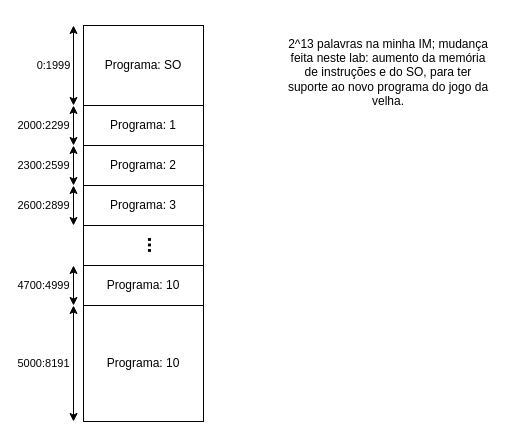
Earlier version of the draw.io diagram page "Memoria-instrucoes" (6 of 9) of schematics/projeto-final-lab-CoDi.drawio (ferdamarc/Projeto-ComunicacaoDigital). Source tidied: cells renumbered, new cells numbered last; positions are measured from the earlier drawing's top-left corner, leaving out a move shared by most shapes. Both pictures are drawn from the tidied source at 100%, with x=0, y=0 at pixel (73, 25).
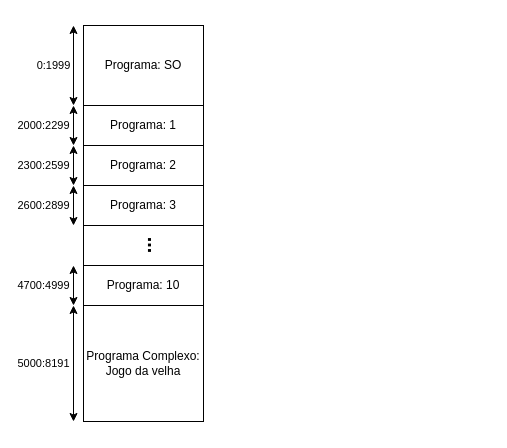
The same diagram, later.

The edit, as a diff of the source:
```diff
@@
-    <mxCell id="13" value="Programa: 10" style="rounded=0;whiteSpace=wrap;html=1;" parent="1" vertex="1">
+    <mxCell id="13" value="Programa Complexo: Jogo da velha" style="rounded=0;whiteSpace=wrap;html=1;" parent="1" vertex="1">
       <mxGeometry x="10" y="280" width="120" height="116" as="geometry" />
     </mxCell>
@@
-    <mxCell id="15" value="&lt;div&gt;2^13 palavras na minha IM;&amp;nbsp;mudança feita neste lab: aumento da memória de instruções e do SO, para ter suporte ao novo programa do jogo da velha.&lt;/div&gt;" style="text;html=1;whiteSpace=wrap;strokeColor=none;fillColor=none;align=center;verticalAlign=middle;rounded=0;" parent="1" vertex="1">
-      <mxGeometry x="213" width="204" height="94" as="geometry" />
-    </mxCell>
```
